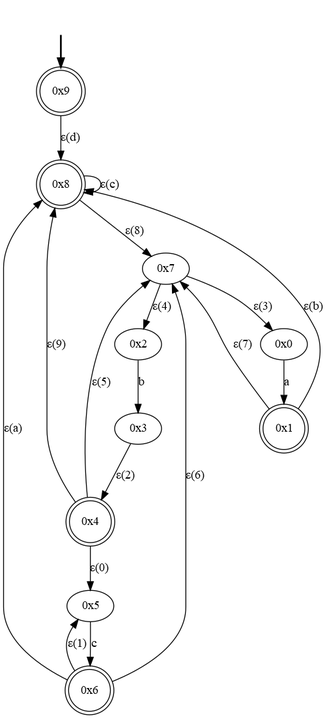
Above: images/afi.png in OktaOEDC/ProyectoAutomatas_6to_OMJD (Graphviz), before the change. Its source is kept beside it as AFI/AFI.dot.
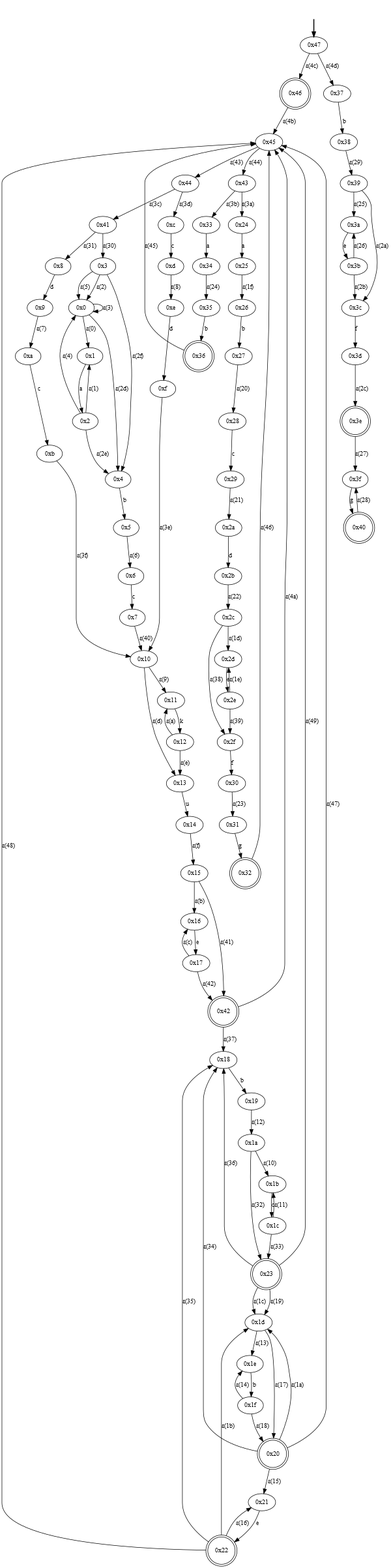
The same diagram one commit later.

Change to the diagram source:
```diff
@@ -1,31 +1,181 @@
 digraph {
 	fake [style=invisible]
-	"0x9" [root=true shape=doublecircle]
+	"0x1d"
+	"0x43"
+	"0x3"
+	"0x29"
+	"0x41"
+	"0x42" [shape=doublecircle]
+	"0x39"
+	"0x28"
+	"0x2a"
+	"0x32" [shape=doublecircle]
+	"0xe"
+	"0x45"
+	"0x31"
+	"0x36" [shape=doublecircle]
+	"0xf"
+	"0x17"
+	"0x44"
+	"0x20" [shape=doublecircle]
+	"0x46" [shape=doublecircle]
+	"0x35"
+	"0x1a"
+	"0x38"
+	"0x3b"
+	"0x8"
+	"0x24"
+	"0x6"
+	"0x3a"
+	"0x1"
+	"0x23" [shape=doublecircle]
+	"0x2f"
+	"0x3e" [shape=doublecircle]
+	"0x2d"
+	"0x47" [root=true]
+	"0x16"
+	"0x1c"
+	"0xd"
+	"0x4"
+	"0xc"
+	"0x25"
+	"0x2e"
+	"0x27"
+	"0x12"
+	"0x13"
+	"0xa"
+	"0x3f"
+	"0x40" [shape=doublecircle]
+	"0x30"
+	"0x2"
+	"0x3d"
+	"0x34"
+	"0x2b"
+	"0x14"
+	"0x21"
 	"0x0"
-	"0x3"
-	"0x8" [shape=doublecircle]
-	"0x6" [shape=doublecircle]
+	"0x3c"
+	"0x18"
+	"0x26"
+	"0x19"
+	"0x1b"
+	"0x10"
+	"0x15"
+	"0x5"
 	"0x7"
-	"0x2"
-	"0x4" [shape=doublecircle]
-	"0x1" [shape=doublecircle]
-	"0x5"
-	fake -> "0x9" [style=bold]
-	"0x0" -> "0x1" [label=a]
-	"0x2" -> "0x3" [label=b]
-	"0x4" -> "0x5" [label="ε(0)"]
-	"0x5" -> "0x6" [label=c]
-	"0x6" -> "0x5" [label="ε(1)"]
-	"0x3" -> "0x4" [label="ε(2)"]
-	"0x7" -> "0x0" [label="ε(3)"]
-	"0x7" -> "0x2" [label="ε(4)"]
-	"0x4" -> "0x7" [label="ε(5)"]
-	"0x6" -> "0x7" [label="ε(6)"]
-	"0x1" -> "0x7" [label="ε(7)"]
-	"0x8" -> "0x7" [label="ε(8)"]
-	"0x4" -> "0x8" [label="ε(9)"]
-	"0x6" -> "0x8" [label="ε(a)"]
-	"0x1" -> "0x8" [label="ε(b)"]
-	"0x8" -> "0x8" [label="ε(c)"]
-	"0x9" -> "0x8" [label="ε(d)"]
+	"0x22" [shape=doublecircle]
+	"0x1e"
+	"0x1f"
+	"0x11"
+	"0xb"
+	"0x9"
+	"0x2c"
+	"0x33"
+	"0x37"
+	fake -> "0x47" [style=bold]
+	"0x0" -> "0x1" [label="ε(0)"]
+	"0x1" -> "0x2" [label=a]
+	"0x2" -> "0x1" [label="ε(1)"]
+	"0x3" -> "0x0" [label="ε(2)"]
+	"0x0" -> "0x0" [label="ε(3)"]
+	"0x2" -> "0x0" [label="ε(4)"]
+	"0x3" -> "0x0" [label="ε(5)"]
+	"0x4" -> "0x5" [label=b]
+	"0x6" -> "0x7" [label=c]
+	"0x5" -> "0x6" [label="ε(6)"]
+	"0x0" -> "0x4" [label="ε(2d)"]
+	"0x2" -> "0x4" [label="ε(2e)"]
+	"0x3" -> "0x4" [label="ε(2f)"]
+	"0x8" -> "0x9" [label=d]
+	"0xa" -> "0xb" [label=c]
+	"0x9" -> "0xa" [label="ε(7)"]
+	"0x41" -> "0x3" [label="ε(30)"]
+	"0x41" -> "0x8" [label="ε(31)"]
+	"0xc" -> "0xd" [label=c]
+	"0xe" -> "0xf" [label=d]
+	"0xd" -> "0xe" [label="ε(8)"]
+	"0x44" -> "0x41" [label="ε(3c)"]
+	"0x44" -> "0xc" [label="ε(3d)"]
+	"0x10" -> "0x11" [label="ε(9)"]
+	"0x11" -> "0x12" [label=k]
+	"0x12" -> "0x11" [label="ε(a)"]
+	"0x13" -> "0x14" [label=u]
+	"0x10" -> "0x13" [label="ε(d)"]
+	"0x12" -> "0x13" [label="ε(e)"]
+	"0x15" -> "0x16" [label="ε(b)"]
+	"0x16" -> "0x17" [label=e]
+	"0x17" -> "0x16" [label="ε(c)"]
+	"0x14" -> "0x15" [label="ε(f)"]
+	"0xf" -> "0x10" [label="ε(3e)"]
+	"0xb" -> "0x10" [label="ε(3f)"]
+	"0x7" -> "0x10" [label="ε(40)"]
+	"0x18" -> "0x19" [label=b]
+	"0x1a" -> "0x1b" [label="ε(10)"]
+	"0x1b" -> "0x1c" [label=c]
+	"0x1c" -> "0x1b" [label="ε(11)"]
+	"0x19" -> "0x1a" [label="ε(12)"]
+	"0x1d" -> "0x1e" [label="ε(13)"]
+	"0x1e" -> "0x1f" [label=b]
+	"0x1f" -> "0x1e" [label="ε(14)"]
+	"0x20" -> "0x21" [label="ε(15)"]
+	"0x21" -> "0x22" [label=e]
+	"0x22" -> "0x21" [label="ε(16)"]
+	"0x1d" -> "0x20" [label="ε(17)"]
+	"0x1f" -> "0x20" [label="ε(18)"]
+	"0x23" -> "0x1d" [label="ε(19)"]
+	"0x20" -> "0x1d" [label="ε(1a)"]
+	"0x22" -> "0x1d" [label="ε(1b)"]
+	"0x23" -> "0x1d" [label="ε(1c)"]
+	"0x1a" -> "0x23" [label="ε(32)"]
+	"0x1c" -> "0x23" [label="ε(33)"]
+	"0x20" -> "0x18" [label="ε(34)"]
+	"0x22" -> "0x18" [label="ε(35)"]
+	"0x23" -> "0x18" [label="ε(36)"]
+	"0x42" -> "0x18" [label="ε(37)"]
+	"0x15" -> "0x42" [label="ε(41)"]
+	"0x17" -> "0x42" [label="ε(42)"]
+	"0x24" -> "0x25" [label=a]
+	"0x26" -> "0x27" [label=b]
+	"0x25" -> "0x26" [label="ε(1f)"]
+	"0x28" -> "0x29" [label=c]
+	"0x27" -> "0x28" [label="ε(20)"]
+	"0x2a" -> "0x2b" [label=d]
+	"0x29" -> "0x2a" [label="ε(21)"]
+	"0x2c" -> "0x2d" [label="ε(1d)"]
+	"0x2d" -> "0x2e" [label=e]
+	"0x2e" -> "0x2d" [label="ε(1e)"]
+	"0x2b" -> "0x2c" [label="ε(22)"]
+	"0x2f" -> "0x30" [label=f]
+	"0x31" -> "0x32" [label=g]
+	"0x30" -> "0x31" [label="ε(23)"]
+	"0x2c" -> "0x2f" [label="ε(38)"]
+	"0x2e" -> "0x2f" [label="ε(39)"]
+	"0x33" -> "0x34" [label=a]
+	"0x35" -> "0x36" [label=b]
+	"0x34" -> "0x35" [label="ε(24)"]
+	"0x43" -> "0x24" [label="ε(3a)"]
+	"0x43" -> "0x33" [label="ε(3b)"]
+	"0x45" -> "0x44" [label="ε(43)"]
+	"0x45" -> "0x43" [label="ε(44)"]
+	"0x36" -> "0x45" [label="ε(45)"]
+	"0x32" -> "0x45" [label="ε(46)"]
+	"0x20" -> "0x45" [label="ε(47)"]
+	"0x22" -> "0x45" [label="ε(48)"]
+	"0x23" -> "0x45" [label="ε(49)"]
+	"0x42" -> "0x45" [label="ε(4a)"]
+	"0x46" -> "0x45" [label="ε(4b)"]
+	"0x37" -> "0x38" [label=b]
+	"0x39" -> "0x3a" [label="ε(25)"]
+	"0x3a" -> "0x3b" [label=e]
+	"0x3b" -> "0x3a" [label="ε(26)"]
+	"0x38" -> "0x39" [label="ε(29)"]
+	"0x3c" -> "0x3d" [label=f]
+	"0x39" -> "0x3c" [label="ε(2a)"]
+	"0x3b" -> "0x3c" [label="ε(2b)"]
+	"0x3e" -> "0x3f" [label="ε(27)"]
+	"0x3f" -> "0x40" [label=g]
+	"0x40" -> "0x3f" [label="ε(28)"]
+	"0x3d" -> "0x3e" [label="ε(2c)"]
+	"0x47" -> "0x46" [label="ε(4c)"]
+	"0x47" -> "0x37" [label="ε(4d)"]
 }
```
